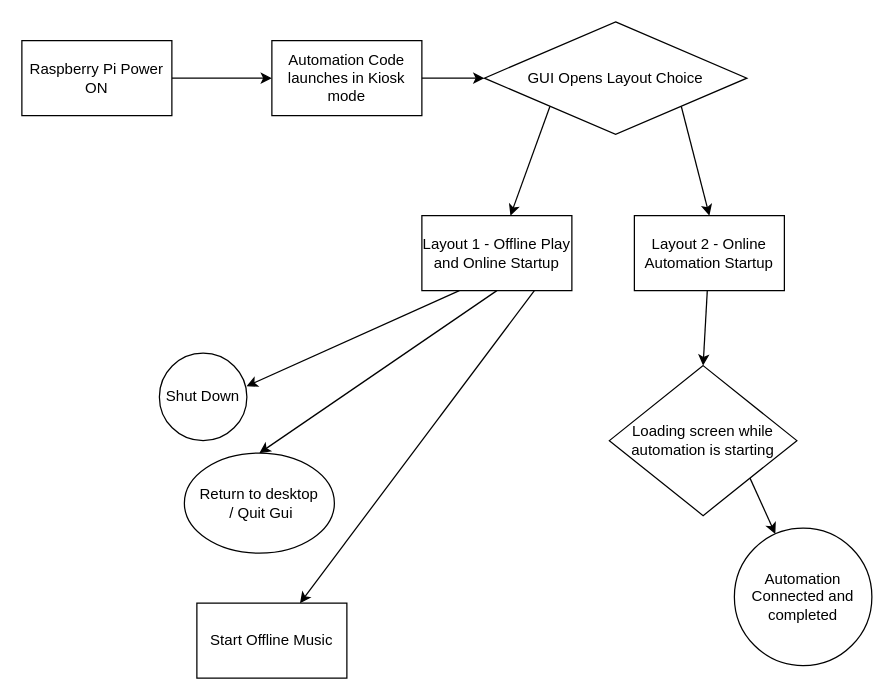
mitchellkolb/pi-music-player keeps this draw.io diagram as documents/uml.drawio. Above is the earlier version. Source tidied: cells renumbered, new cells numbered last; positions are measured from the earlier drawing's top-left corner, leaving out a move shared by most shapes. Both pictures are drawn from the tidied source at 125%, with x=0, y=0 at pixel (21, 21).
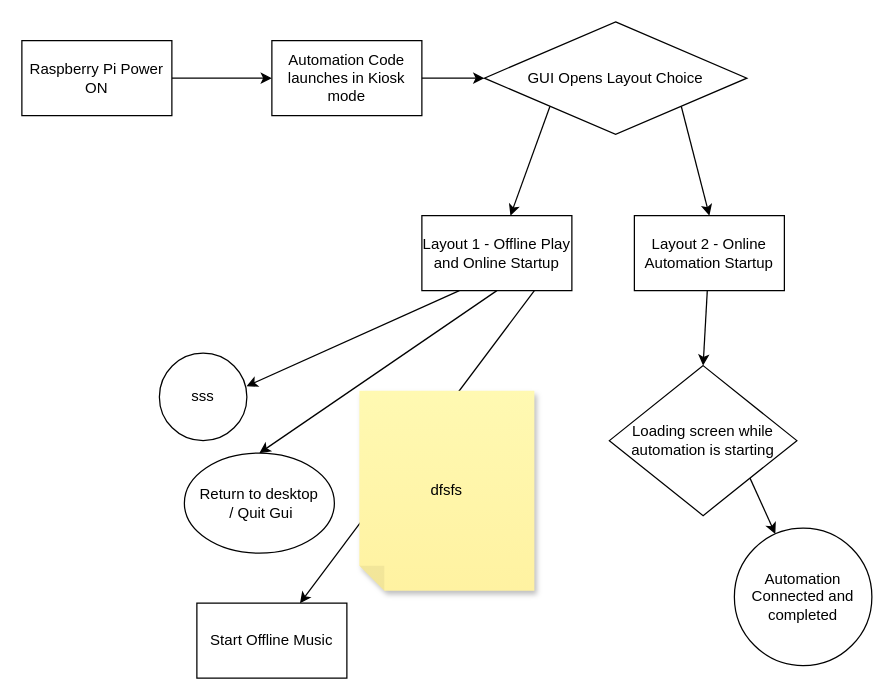
The same page after the edit.

Commit message:
Redid messy box from last time to fit cycle

Diff of the diagram source:
```diff
@@
-    <mxCell id="17" value="Shut Down" style="ellipse;whiteSpace=wrap;html=1;rounded=0;" parent="1" vertex="1">
+    <mxCell id="17" value="sss" style="ellipse;whiteSpace=wrap;html=1;rounded=0;" parent="1" vertex="1">
       <mxGeometry x="110" y="265" width="70" height="70" as="geometry" />
     </mxCell>
@@
+    <mxCell id="21" value="dfsfs" style="shape=note;whiteSpace=wrap;html=1;backgroundOutline=1;fontColor=#000000;darkOpacity=0.05;fillColor=#FFF9B2;strokeColor=none;fillStyle=solid;direction=west;gradientDirection=north;gradientColor=#FFF2A1;shadow=1;size=20;rounded=0;" parent="1" vertex="1">
+      <mxGeometry x="270" y="295" width="140" height="160" as="geometry" />
+    </mxCell>
```
